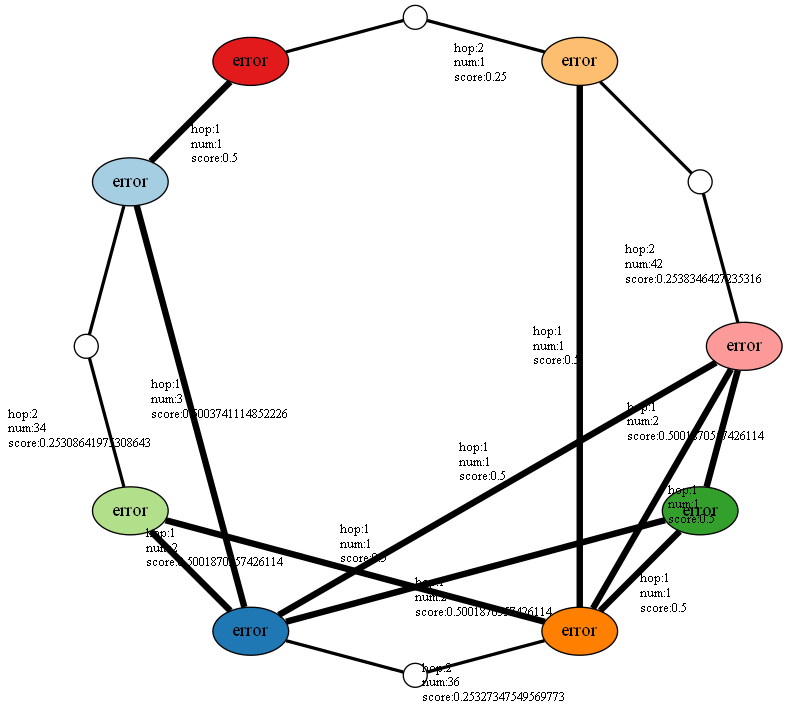
The Graphviz diagram answer_graph.png in jujuhoo/Graph_Visualization, before a commit. Its source is kept beside it as answer_graph.gv. Its diagram source:
```dot
graph{
edge[fontsize="10px"];
483642171--d0[penwidth=2.4422799422799426,label=" hop:2\l num:36\l score:0.25327347549569773"];
d0--231440670[penwidth=2.4422799422799426];
483642171--821752614[penwidth=4.821428571428571,label=" hop:1\l num:1\l score:0.5"];
483642171--38855274[penwidth=4.821428571428571,label=" hop:1\l num:1\l score:0.5"];
483642171--738187676[penwidth=4.821428571428571,label=" hop:1\l num:1\l score:0.5"];
483642171--556045767[penwidth=4.821428571428571,label=" hop:1\l num:1\l score:0.5"];
231440670--821752614[penwidth=4.8232323232323235,label=" hop:1\l num:2\l score:0.5001870557426114"];
231440670--38855274[penwidth=4.821428571428571,label=" hop:1\l num:1\l score:0.5"];
231440670--556045767[penwidth=4.8232323232323235,label=" hop:1\l num:2\l score:0.5001870557426114"];
231440670--1018262481[penwidth=4.825036075036076,label=" hop:1\l num:3\l score:0.5003741114852226"];
821752614--38855274[penwidth=4.8232323232323235,label=" hop:1\l num:2\l score:0.5001870557426114"];
38855274--d1[penwidth=2.447691197691198,label=" hop:2\l num:42\l score:0.2538346427235316"];
d1--738187676[penwidth=2.447691197691198];
738187676--d2[penwidth=2.4107142857142856,label=" hop:2\l num:1\l score:0.25"];
d2--560221701[penwidth=2.4107142857142856];
556045767--d3[penwidth=2.4404761904761907,label=" hop:2\l num:34\l score:0.25308641975308643"];
d3--1018262481[penwidth=2.4404761904761907];
1018262481--560221701[penwidth=4.821428571428571,label=" hop:1\l num:1\l score:0.5"];
483642171[label="error",fillcolor="/paired12/8",style="filled"]
231440670[label="error",fillcolor="/paired12/2",style="filled"]
821752614[label="error",fillcolor="/paired12/4",style="filled"]
38855274[label="error",fillcolor="/paired12/5",style="filled"]
738187676[label="error",fillcolor="/paired12/7",style="filled"]
556045767[label="error",fillcolor="/paired12/3",style="filled"]
1018262481[label="error",fillcolor="/paired12/1",style="filled"]
560221701[label="error",fillcolor="/paired12/6",style="filled"]
d0[label="",width=.25, height=.25, fixedsize=true]
d1[label="",width=.25, height=.25, fixedsize=true]
d2[label="",width=.25, height=.25, fixedsize=true]
d3[label="",width=.25, height=.25, fixedsize=true]
}
```
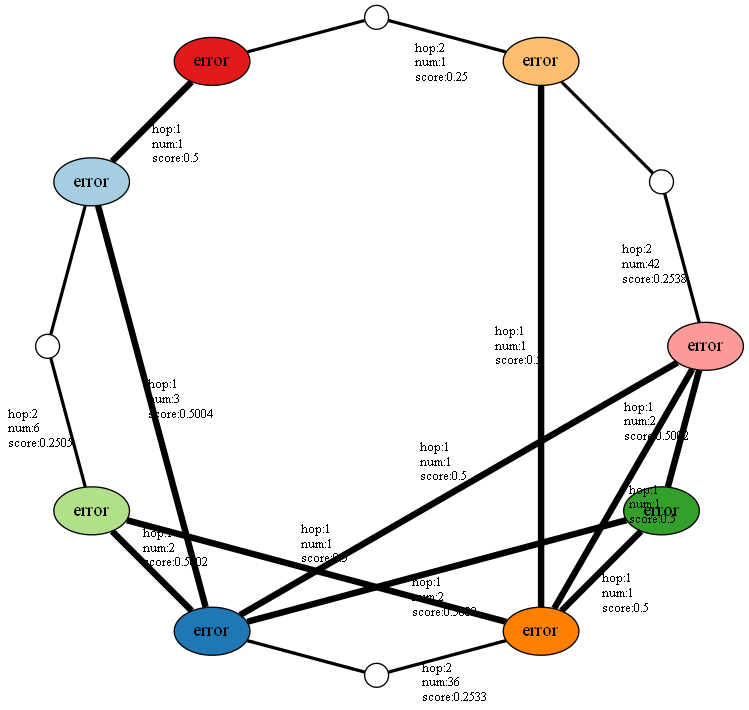
After the change.

What changed in the source:
```diff
@@ -1,29 +1,29 @@
 graph{
 edge[fontsize="10px"];
-483642171--d0[penwidth=2.4422799422799426,label=" hop:2\l num:36\l score:0.25327347549569773"];
+483642171--d0[penwidth=2.4422799422799426,label=" hop:2\l num:36\l score:0.2533"];
 d0--231440670[penwidth=2.4422799422799426];
 483642171--821752614[penwidth=4.821428571428571,label=" hop:1\l num:1\l score:0.5"];
 483642171--38855274[penwidth=4.821428571428571,label=" hop:1\l num:1\l score:0.5"];
 483642171--738187676[penwidth=4.821428571428571,label=" hop:1\l num:1\l score:0.5"];
-483642171--556045767[penwidth=4.821428571428571,label=" hop:1\l num:1\l score:0.5"];
-231440670--821752614[penwidth=4.8232323232323235,label=" hop:1\l num:2\l score:0.5001870557426114"];
+483642171--210210875[penwidth=4.821428571428571,label=" hop:1\l num:1\l score:0.5"];
+231440670--821752614[penwidth=4.8232323232323235,label=" hop:1\l num:2\l score:0.5002"];
 231440670--38855274[penwidth=4.821428571428571,label=" hop:1\l num:1\l score:0.5"];
-231440670--556045767[penwidth=4.8232323232323235,label=" hop:1\l num:2\l score:0.5001870557426114"];
-231440670--1018262481[penwidth=4.825036075036076,label=" hop:1\l num:3\l score:0.5003741114852226"];
-821752614--38855274[penwidth=4.8232323232323235,label=" hop:1\l num:2\l score:0.5001870557426114"];
-38855274--d1[penwidth=2.447691197691198,label=" hop:2\l num:42\l score:0.2538346427235316"];
+231440670--210210875[penwidth=4.8232323232323235,label=" hop:1\l num:2\l score:0.5002"];
+231440670--1018262481[penwidth=4.825036075036076,label=" hop:1\l num:3\l score:0.5004"];
+821752614--38855274[penwidth=4.8232323232323235,label=" hop:1\l num:2\l score:0.5002"];
+38855274--d1[penwidth=2.447691197691198,label=" hop:2\l num:42\l score:0.2538"];
 d1--738187676[penwidth=2.447691197691198];
 738187676--d2[penwidth=2.4107142857142856,label=" hop:2\l num:1\l score:0.25"];
 d2--560221701[penwidth=2.4107142857142856];
-556045767--d3[penwidth=2.4404761904761907,label=" hop:2\l num:34\l score:0.25308641975308643"];
-d3--1018262481[penwidth=2.4404761904761907];
+210210875--d3[penwidth=2.4152236652236656,label=" hop:2\l num:6\l score:0.2505"];
+d3--1018262481[penwidth=2.4152236652236656];
 1018262481--560221701[penwidth=4.821428571428571,label=" hop:1\l num:1\l score:0.5"];
 483642171[label="error",fillcolor="/paired12/8",style="filled"]
 231440670[label="error",fillcolor="/paired12/2",style="filled"]
 821752614[label="error",fillcolor="/paired12/4",style="filled"]
 38855274[label="error",fillcolor="/paired12/5",style="filled"]
 738187676[label="error",fillcolor="/paired12/7",style="filled"]
-556045767[label="error",fillcolor="/paired12/3",style="filled"]
+210210875[label="error",fillcolor="/paired12/3",style="filled"]
 1018262481[label="error",fillcolor="/paired12/1",style="filled"]
 560221701[label="error",fillcolor="/paired12/6",style="filled"]
 d0[label="",width=.25, height=.25, fixedsize=true]
```
